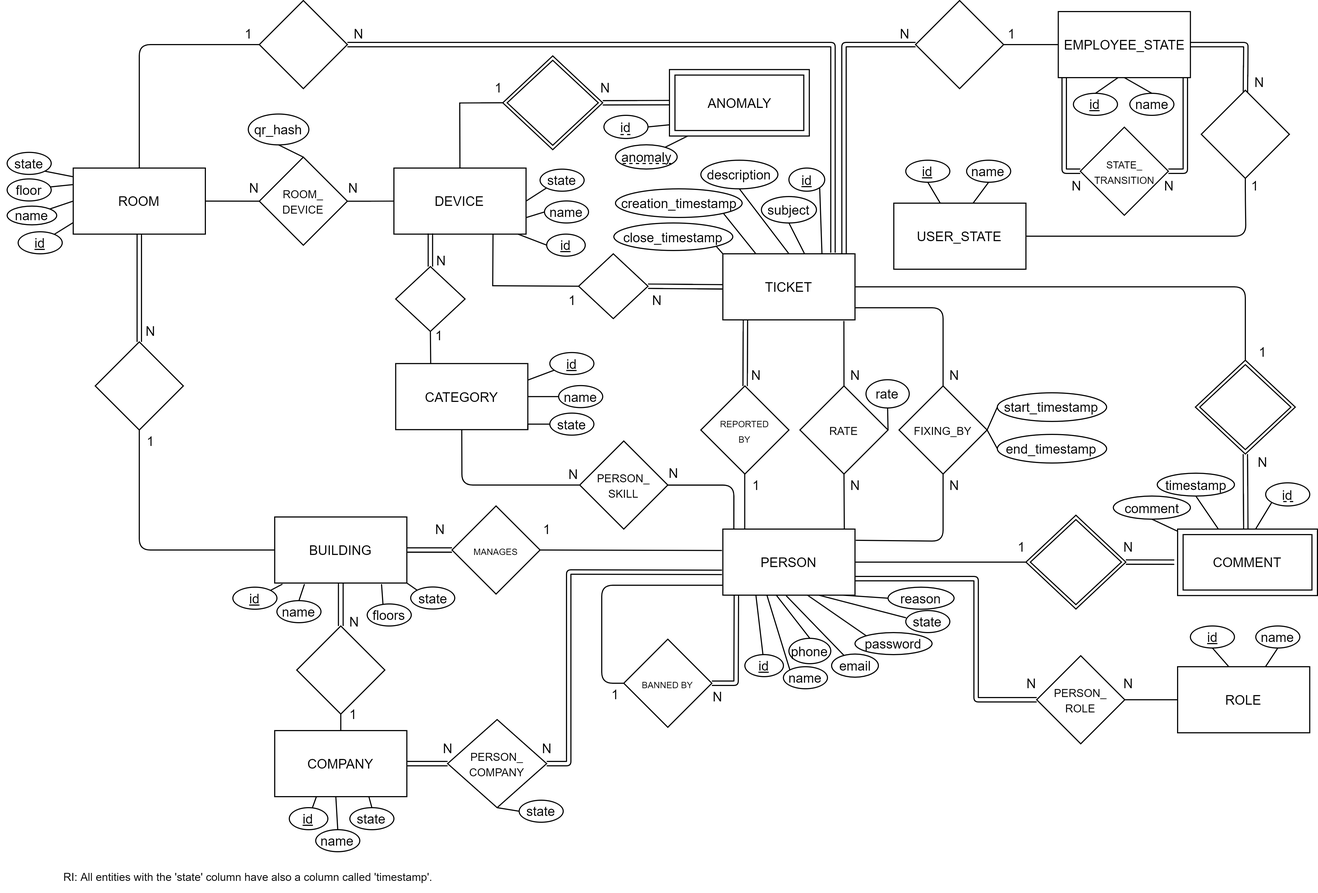
Above: docs/database/model/er_model.png in joaoarcanjo/QRreport1 (draw.io), before the change. Source tidied: cells renumbered, new cells last; positions are measured from the earlier drawing's top-left corner, leaving out a move shared by most shapes.
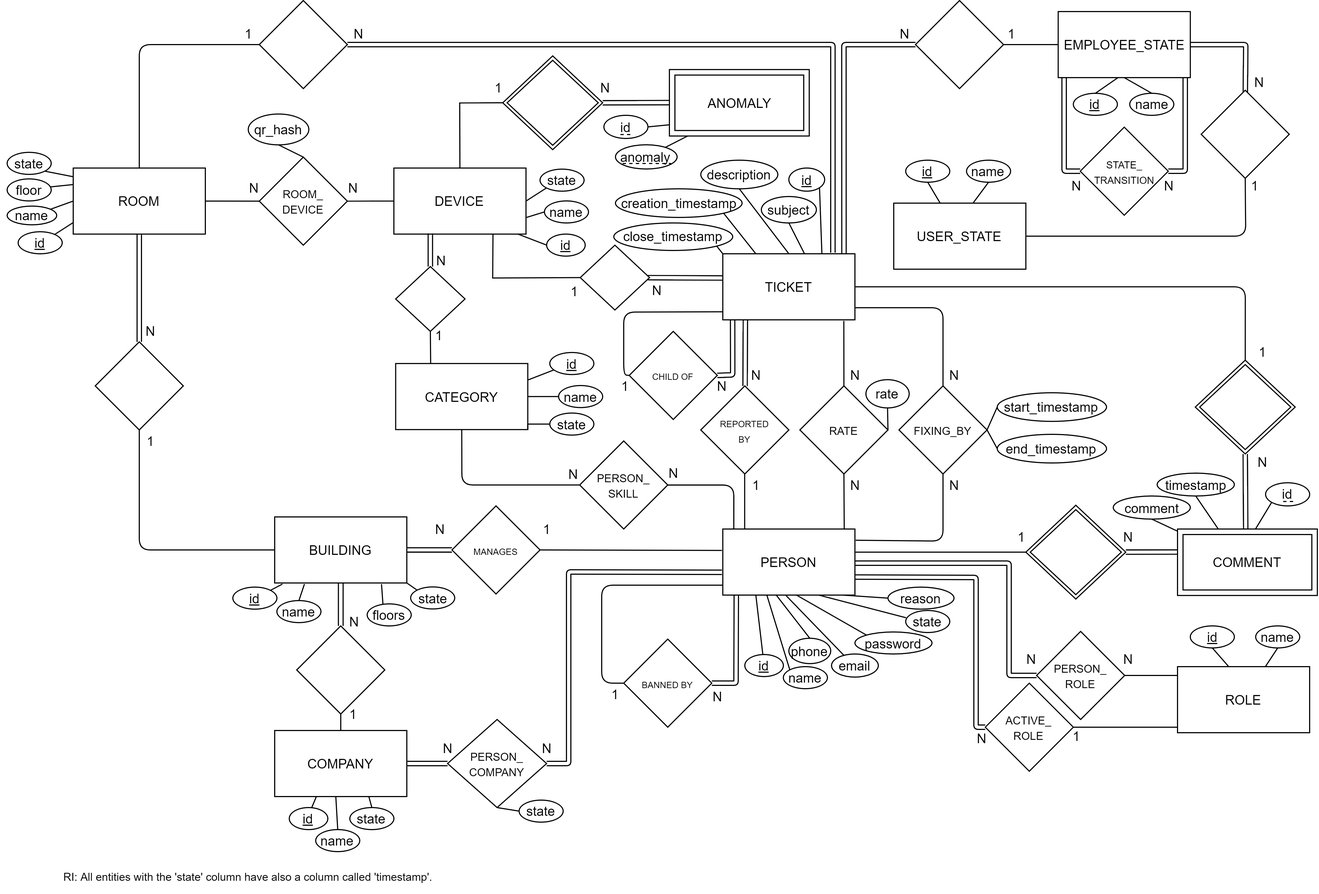
Later version of the same file.

What changed in the source:
```diff
@@ -11,13 +11,16 @@
     <mxCell id="4" style="shape=link;html=1;endArrow=none;endFill=0;entryX=0.489;entryY=0.094;entryDx=0;entryDy=0;entryPerimeter=0;exitX=0.5;exitY=1;exitDx=0;exitDy=0;" parent="1" edge="1" source="3" target="2">
       <mxGeometry relative="1" as="geometry" />
     </mxCell>
-    <mxCell id="5" style="edgeStyle=none;jettySize=auto;html=1;exitX=0;exitY=0.5;exitDx=0;exitDy=0;entryX=1;entryY=0.5;entryDx=0;entryDy=0;endArrow=none;endFill=0;" parent="1" edge="1" source="6" target="10">
-      <mxGeometry relative="1" as="geometry" />
+    <mxCell id="5" style="edgeStyle=none;orthogonalLoop=1;jettySize=auto;html=1;exitX=0;exitY=0.5;exitDx=0;exitDy=0;entryX=1;entryY=0.5;entryDx=0;entryDy=0;endArrow=none;endFill=0;" parent="1" edge="1">
+      <mxGeometry relative="1" as="geometry">
+        <mxPoint x="931.2" y="501" as="sourcePoint" />
+        <mxPoint x="776" y="501" as="targetPoint" />
+      </mxGeometry>
     </mxCell>
     <mxCell id="6" style="shape=rhombus;double=1;perimeter=rhombusPerimeter;whiteSpace=wrap;html=1;align=center;" parent="1" vertex="1">
-      <mxGeometry x="931.2" y="467.4" width="90.8" height="85.2" as="geometry" />
+      <mxGeometry x="931.2" y="458.4" width="90.8" height="85.2" as="geometry" />
     </mxCell>
-    <mxCell id="7" style="shape=link;html=1;endArrow=none;endFill=0;entryX=0.028;entryY=0.498;entryDx=0;entryDy=0;entryPerimeter=0;exitX=1;exitY=0.5;exitDx=0;exitDy=0;" parent="1" edge="1" source="6" target="2">
+    <mxCell id="7" style="shape=link;html=1;endArrow=none;endFill=0;exitX=1;exitY=0.5;exitDx=0;exitDy=0;entryX=0.05;entryY=0.375;entryDx=0;entryDy=0;entryPerimeter=0;" parent="1" edge="1" source="6" target="2">
       <mxGeometry relative="1" as="geometry" />
     </mxCell>
     <mxCell id="8" style="edgeStyle=none;jettySize=auto;html=1;exitX=0.083;exitY=0;exitDx=0;exitDy=0;endArrow=none;endFill=0;entryX=1;entryY=0.5;entryDx=0;entryDy=0;exitPerimeter=0;" parent="1" edge="1" source="10" target="33">
@@ -27,12 +30,13 @@
         </Array>
       </mxGeometry>
     </mxCell>
-    <mxCell id="9" style="edgeStyle=none;jettySize=auto;html=1;exitX=1;exitY=0.75;exitDx=0;exitDy=0;endArrow=none;endFill=0;entryX=0;entryY=0.5;entryDx=0;entryDy=0;shape=link;" parent="1" edge="1" source="10" target="57">
+    <mxCell id="9" style="edgeStyle=none;jettySize=auto;html=1;exitX=1;exitY=0.75;exitDx=0;exitDy=0;endArrow=none;endFill=0;entryX=0;entryY=0.5;entryDx=0;entryDy=0;shape=link;" parent="1" edge="1" target="57">
       <mxGeometry relative="1" as="geometry">
+        <mxPoint x="776" y="511" as="sourcePoint" />
         <Array as="points">
-          <mxPoint x="886" y="525" />
-          <mxPoint x="886" y="581" />
-          <mxPoint x="886" y="635" />
+          <mxPoint x="916" y="511" />
+          <mxPoint x="916" y="567" />
+          <mxPoint x="916" y="613" />
         </Array>
       </mxGeometry>
     </mxCell>
@@ -216,10 +220,12 @@
       <mxGeometry x="960.6" y="10" width="120" height="60" as="geometry" />
     </mxCell>
     <mxCell id="57" value="&lt;font style=&quot;font-size: 10px&quot;&gt;PERSON_&lt;br&gt;ROLE&lt;/font&gt;" style="rhombus;whiteSpace=wrap;html=1;" parent="1" vertex="1">
-      <mxGeometry x="941" y="595" width="80" height="80" as="geometry" />
+      <mxGeometry x="941" y="573" width="80" height="80" as="geometry" />
     </mxCell>
-    <mxCell id="58" style="html=1;endArrow=none;endFill=0;exitX=1;exitY=0.5;exitDx=0;exitDy=0;entryX=0;entryY=0.5;entryDx=0;entryDy=0;" parent="1" edge="1" source="57" target="59">
-      <mxGeometry relative="1" as="geometry" />
+    <mxCell id="58" style="html=1;endArrow=none;endFill=0;exitX=1;exitY=0.5;exitDx=0;exitDy=0;entryX=0;entryY=0.5;entryDx=0;entryDy=0;" parent="1" edge="1" source="57">
+      <mxGeometry relative="1" as="geometry">
+        <mxPoint x="1069" y="613" as="targetPoint" />
+      </mxGeometry>
     </mxCell>
     <mxCell id="59" value="ROLE" style="whiteSpace=wrap;html=1;" parent="1" vertex="1">
       <mxGeometry x="1069" y="605" width="120" height="60" as="geometry" />
@@ -361,19 +367,19 @@
       <mxGeometry x="486" y="470" width="20" height="20" as="geometry" />
     </mxCell>
     <mxCell id="103" value="N" style="text;html=1;align=center;verticalAlign=middle;" parent="1" vertex="1">
-      <mxGeometry x="1014.4" y="485.8" width="20" height="20" as="geometry" />
+      <mxGeometry x="1014.4" y="476.8" width="20" height="20" as="geometry" />
     </mxCell>
     <mxCell id="104" value="1" style="text;html=1;align=center;verticalAlign=middle;" parent="1" vertex="1">
-      <mxGeometry x="917.4" y="485.8" width="20" height="20" as="geometry" />
+      <mxGeometry x="917.4" y="476.8" width="20" height="20" as="geometry" />
     </mxCell>
     <mxCell id="105" value="N" style="text;html=1;align=center;verticalAlign=middle;" parent="1" vertex="1">
       <mxGeometry x="1136" y="409.2" width="20" height="20" as="geometry" />
     </mxCell>
     <mxCell id="106" value="N" style="text;html=1;align=center;verticalAlign=middle;" parent="1" vertex="1">
-      <mxGeometry x="1014.4" y="610" width="20" height="20" as="geometry" />
+      <mxGeometry x="1014.4" y="588" width="20" height="20" as="geometry" />
     </mxCell>
     <mxCell id="107" value="N" style="text;html=1;align=center;verticalAlign=middle;" parent="1" vertex="1">
-      <mxGeometry x="926" y="610" width="20" height="20" as="geometry" />
+      <mxGeometry x="926" y="588" width="20" height="20" as="geometry" />
     </mxCell>
     <mxCell id="108" value="1" style="text;html=1;align=center;verticalAlign=middle;" parent="1" vertex="1">
       <mxGeometry x="1136.2" y="309.2" width="20" height="20" as="geometry" />
@@ -403,7 +409,7 @@
     <mxCell id="115" value="reason" style="ellipse;whiteSpace=wrap;html=1;" parent="1" vertex="1">
       <mxGeometry x="806" y="532.8" width="60" height="20" as="geometry" />
     </mxCell>
-    <mxCell id="116" style="edgeStyle=none;jettySize=auto;html=1;exitX=0;exitY=0;exitDx=0;exitDy=0;endArrow=none;endFill=0;entryX=0.643;entryY=1.004;entryDx=0;entryDy=0;entryPerimeter=0;" parent="1" edge="1" source="150" target="10">
+    <mxCell id="116" style="edgeStyle=none;jettySize=auto;html=1;exitX=0;exitY=0;exitDx=0;exitDy=0;endArrow=none;endFill=0;entryX=0.554;entryY=0.996;entryDx=0;entryDy=0;entryPerimeter=0;" parent="1" edge="1" source="150" target="10">
       <mxGeometry relative="1" as="geometry" />
     </mxCell>
     <mxCell id="117" style="edgeStyle=none;jettySize=auto;html=1;entryX=0.724;entryY=0.999;entryDx=0;entryDy=0;entryPerimeter=0;endArrow=none;endFill=0;exitX=0.007;exitY=0.329;exitDx=0;exitDy=0;exitPerimeter=0;" parent="1" edge="1" source="118" target="10">
@@ -529,9 +535,6 @@
     <mxCell id="149" value="1" style="text;html=1;align=center;verticalAlign=middle;" parent="1" vertex="1">
       <mxGeometry x="1129" y="157.9" width="20" height="20" as="geometry" />
     </mxCell>
-    <mxCell id="150" value="password" style="ellipse;whiteSpace=wrap;html=1;" parent="1" vertex="1">
-      <mxGeometry x="776" y="574" width="70" height="20" as="geometry" />
-    </mxCell>
     <mxCell id="151" style="edgeStyle=orthogonalEdgeStyle;rounded=0;jettySize=auto;html=1;exitX=0;exitY=0.5;exitDx=0;exitDy=0;entryX=1;entryY=1;entryDx=0;entryDy=0;endArrow=none;endFill=0;" parent="1" edge="1" source="152" target="34">
       <mxGeometry relative="1" as="geometry" />
     </mxCell>
@@ -696,23 +699,25 @@
       </mxGeometry>
     </mxCell>
     <mxCell id="197" style="rhombus;whiteSpace=wrap;html=1;" parent="1" vertex="1">
-      <mxGeometry x="525" y="230" width="63" height="58.9" as="geometry" />
+      <mxGeometry x="526.5" y="222.2" width="63" height="58.9" as="geometry" />
     </mxCell>
     <mxCell id="198" value="N" style="text;html=1;align=center;verticalAlign=middle;" parent="1" vertex="1">
-      <mxGeometry x="586" y="261.7" width="20" height="20" as="geometry" />
+      <mxGeometry x="586" y="253" width="20" height="20" as="geometry" />
     </mxCell>
     <mxCell id="199" value="1" style="text;html=1;align=center;verticalAlign=middle;" parent="1" vertex="1">
-      <mxGeometry x="508.9" y="261.7" width="20" height="20" as="geometry" />
+      <mxGeometry x="511" y="254" width="20" height="20" as="geometry" />
     </mxCell>
     <mxCell id="200" style="endArrow=none;html=1;rounded=0;fontSize=9;exitX=0;exitY=0.5;exitDx=0;exitDy=0;entryX=0.75;entryY=1;entryDx=0;entryDy=0;" parent="1" edge="1" source="197" target="153">
       <mxGeometry relative="1" as="geometry">
         <Array as="points">
-          <mxPoint x="447" y="259" />
+          <mxPoint x="447" y="252" />
         </Array>
       </mxGeometry>
     </mxCell>
-    <mxCell id="201" style="endArrow=none;html=1;rounded=0;fontSize=9;entryX=1;entryY=0.5;entryDx=0;entryDy=0;exitX=0;exitY=0.5;exitDx=0;exitDy=0;shape=link;" parent="1" edge="1" source="17" target="197">
-      <mxGeometry relative="1" as="geometry" />
+    <mxCell id="201" style="endArrow=none;html=1;rounded=0;fontSize=9;entryX=0.973;entryY=0.501;entryDx=0;entryDy=0;shape=link;entryPerimeter=0;" parent="1" edge="1" target="197">
+      <mxGeometry relative="1" as="geometry">
+        <mxPoint x="656" y="252" as="sourcePoint" />
+      </mxGeometry>
     </mxCell>
     <mxCell id="202" value="&lt;font style=&quot;font-size: 9px&quot;&gt;STATE_&lt;br&gt;TRANSITION&lt;/font&gt;" style="rhombus;whiteSpace=wrap;html=1;" parent="1" vertex="1">
       <mxGeometry x="980.6" y="115" width="80" height="80" as="geometry" />
@@ -745,5 +750,56 @@
     <mxCell id="208" value="end_timestamp" style="ellipse;whiteSpace=wrap;html=1;" parent="1" vertex="1">
       <mxGeometry x="905.3" y="394" width="99.2" height="26" as="geometry" />
     </mxCell>
+    <mxCell id="209" style="edgeStyle=none;jettySize=auto;html=1;endArrow=none;endFill=0;entryX=-0.001;entryY=0.878;entryDx=0;entryDy=0;entryPerimeter=0;exitX=0;exitY=0.5;exitDx=0;exitDy=0;" parent="1" edge="1" source="210" target="17">
+      <mxGeometry relative="1" as="geometry">
+        <Array as="points">
+          <mxPoint x="566" y="340" />
+          <mxPoint x="566" y="283" />
+        </Array>
+      </mxGeometry>
+    </mxCell>
+    <mxCell id="210" value="&lt;font style=&quot;font-size: 8px&quot;&gt;CHILD OF&lt;/font&gt;" style="rhombus;whiteSpace=wrap;html=1;" parent="1" vertex="1">
+      <mxGeometry x="571" y="300.5" width="80" height="80" as="geometry" />
+    </mxCell>
+    <mxCell id="211" value="N" style="text;html=1;align=center;verticalAlign=middle;" parent="1" vertex="1">
+      <mxGeometry x="645" y="340" width="20" height="20" as="geometry" />
+    </mxCell>
+    <mxCell id="212" style="shape=link;html=1;endArrow=none;endFill=0;entryX=1;entryY=0.5;entryDx=0;entryDy=0;exitX=0.074;exitY=0.996;exitDx=0;exitDy=0;exitPerimeter=0;" parent="1" edge="1" source="17" target="210">
+      <mxGeometry relative="1" as="geometry">
+        <Array as="points">
+          <mxPoint x="665" y="340" />
+        </Array>
+      </mxGeometry>
+    </mxCell>
+    <mxCell id="213" value="1" style="text;html=1;align=center;verticalAlign=middle;" parent="1" vertex="1">
+      <mxGeometry x="557" y="339.7" width="20" height="20" as="geometry" />
+    </mxCell>
+    <mxCell id="150" value="password" style="ellipse;whiteSpace=wrap;html=1;" parent="1" vertex="1">
+      <mxGeometry x="776" y="573.5" width="70" height="20" as="geometry" />
+    </mxCell>
+    <mxCell id="214" value="&lt;span style=&quot;font-size: 10px&quot;&gt;ACTIVE_&lt;br&gt;ROLE&lt;/span&gt;" style="rhombus;whiteSpace=wrap;html=1;" parent="1" vertex="1">
+      <mxGeometry x="894.4" y="620" width="80" height="80" as="geometry" />
+    </mxCell>
+    <mxCell id="215" style="html=1;endArrow=none;endFill=0;exitX=1;exitY=0.5;exitDx=0;exitDy=0;" parent="1" edge="1" source="214">
+      <mxGeometry relative="1" as="geometry">
+        <mxPoint x="1069" y="660" as="targetPoint" />
+      </mxGeometry>
+    </mxCell>
+    <mxCell id="216" value="1" style="text;html=1;align=center;verticalAlign=middle;" parent="1" vertex="1">
+      <mxGeometry x="966.6" y="658" width="20" height="20" as="geometry" />
+    </mxCell>
+    <mxCell id="217" value="N" style="text;html=1;align=center;verticalAlign=middle;" parent="1" vertex="1">
+      <mxGeometry x="881.4" y="660" width="20" height="20" as="geometry" />
+    </mxCell>
+    <mxCell id="218" style="edgeStyle=none;jettySize=auto;html=1;endArrow=none;endFill=0;entryX=0;entryY=0.5;entryDx=0;entryDy=0;shape=link;exitX=1.003;exitY=0.727;exitDx=0;exitDy=0;exitPerimeter=0;" parent="1" edge="1" source="10">
+      <mxGeometry relative="1" as="geometry">
+        <mxPoint x="894.4" y="660" as="targetPoint" />
+        <Array as="points">
+          <mxPoint x="886" y="524" />
+          <mxPoint x="886" y="614" />
+          <mxPoint x="886" y="660" />
+        </Array>
+      </mxGeometry>
+    </mxCell>
   </root>
 </mxGraphModel>
```
